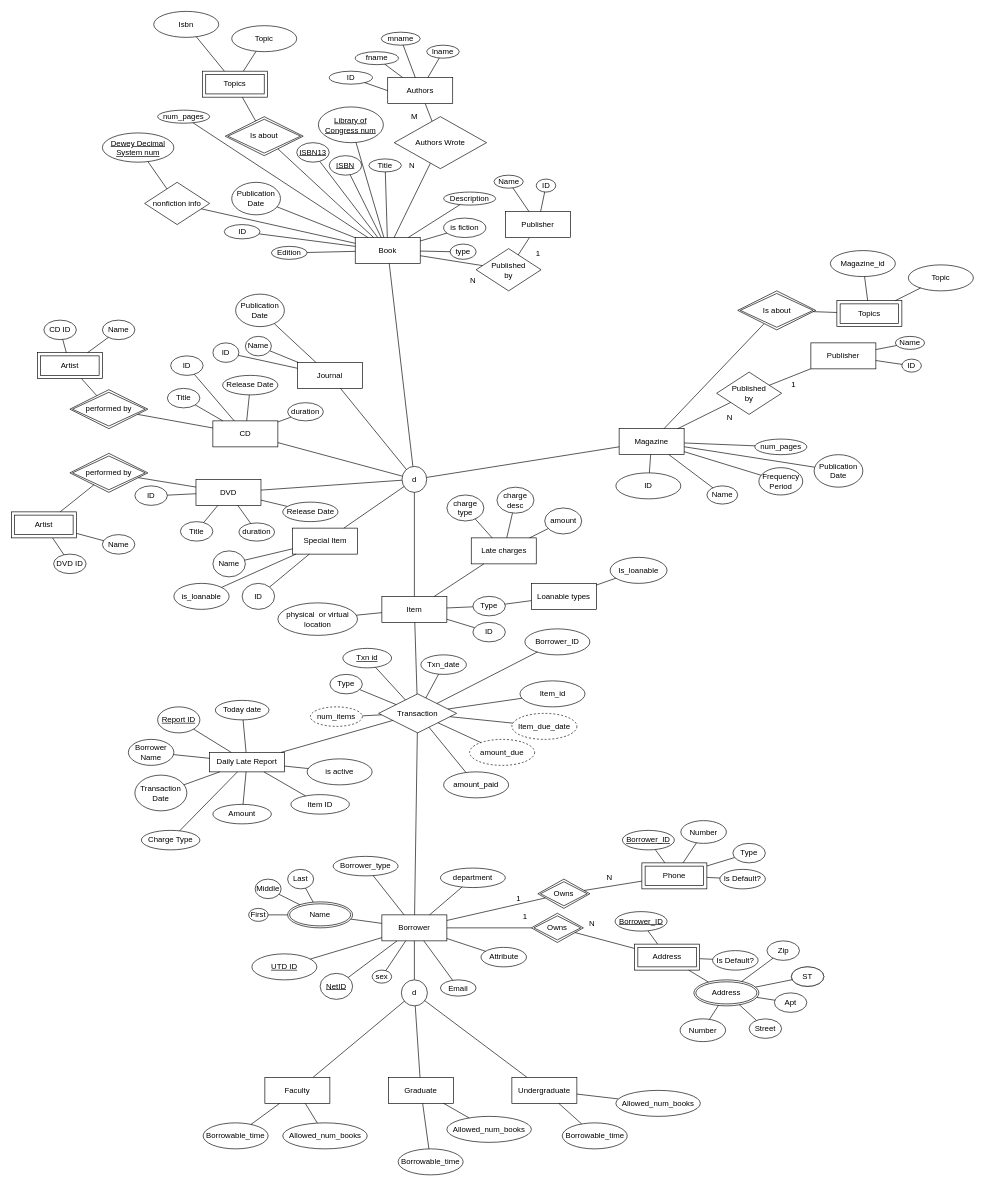
The draw.io diagram library_er.drawio in camelCaseGuy/databaseDesignDrawing, before the edit. Source tidied: cells renumbered, new cells numbered last; positions are measured from the earlier drawing's top-left corner, leaving out a move shared by most shapes. Both pictures are drawn from the tidied source at 65%, with x=0, y=0 at pixel (11, 11).
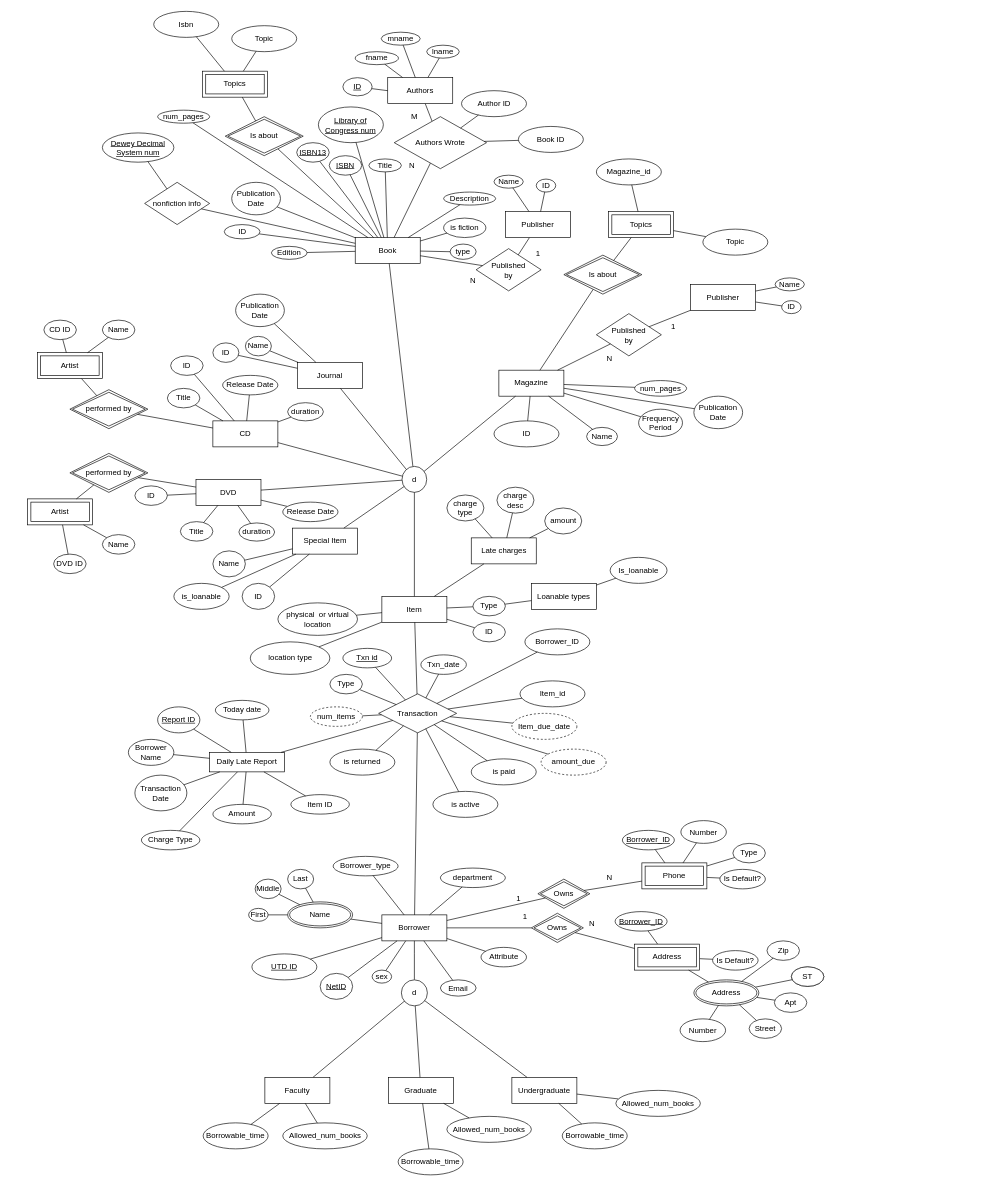
The same diagram, later.

Unchanged cells that the change refers to:
```xml
<mxCell id="20" value="Authors Wrote" style="rhombus;whiteSpace=wrap;html=1;" parent="1" vertex="1">
  <mxGeometry x="589" y="162" width="142" height="80" as="geometry" />
</mxCell>
<mxCell id="47" value="Transaction" style="shape=rhombus;perimeter=rhombusPerimeter;whiteSpace=wrap;html=1;align=center;" parent="1" vertex="1">
  <mxGeometry x="565" y="1050" width="120" height="60" as="geometry" />
</mxCell>
<mxCell id="70" value="Item" style="whiteSpace=wrap;html=1;align=center;" parent="1" vertex="1">
  <mxGeometry x="570" y="900" width="100" height="40" as="geometry" />
</mxCell>
<mxCell id="229" value="Daily Late Report" style="whiteSpace=wrap;html=1;align=center;" parent="1" vertex="1">
  <mxGeometry x="305" y="1140" width="115" height="30" as="geometry" />
</mxCell>
```

Change to the diagram source:
```diff
@@
-    <mxCell id="26" value="ID" style="ellipse;whiteSpace=wrap;html=1;align=center;" parent="1" vertex="1">
-      <mxGeometry x="489" y="92" width="66.5" height="20" as="geometry" />
-    </mxCell>
@@
     <mxCell id="103" value="Magazine" style="whiteSpace=wrap;html=1;align=center;" parent="1" vertex="1">
-      <mxGeometry x="935" y="642" width="100" height="40" as="geometry" />
+      <mxGeometry x="750" y="552" width="100" height="40" as="geometry" />
     </mxCell>
     <mxCell id="104" value="num_pages" style="ellipse;whiteSpace=wrap;html=1;align=center;" parent="1" vertex="1">
-      <mxGeometry x="1143.8" y="658" width="80" height="24" as="geometry" />
+      <mxGeometry x="958.8" y="568" width="80" height="24" as="geometry" />
     </mxCell>
     <mxCell id="105" value="Frequency&lt;br&gt;Period" style="ellipse;whiteSpace=wrap;html=1;align=center;" parent="1" vertex="1">
-      <mxGeometry x="1150" y="702" width="67.5" height="42" as="geometry" />
+      <mxGeometry x="965" y="612" width="67.5" height="42" as="geometry" />
     </mxCell>
@@
     <mxCell id="107" value="Name" style="ellipse;whiteSpace=wrap;html=1;align=center;" parent="1" vertex="1">
-      <mxGeometry x="1070" y="730" width="47.5" height="28" as="geometry" />
+      <mxGeometry x="885" y="640" width="47.5" height="28" as="geometry" />
     </mxCell>
     <mxCell id="108" value="Publication&lt;br&gt;Date" style="ellipse;whiteSpace=wrap;html=1;align=center;" parent="1" vertex="1">
-      <mxGeometry x="1235" y="682" width="75" height="50" as="geometry" />
+      <mxGeometry x="1050" y="592" width="75" height="50" as="geometry" />
     </mxCell>
@@
     <mxCell id="116" value="Published&lt;br&gt;by" style="rhombus;whiteSpace=wrap;html=1;" parent="1" vertex="1">
-      <mxGeometry x="1085" y="555" width="100" height="65" as="geometry" />
+      <mxGeometry x="900" y="465" width="100" height="65" as="geometry" />
     </mxCell>
@@
     <mxCell id="125" value="Publisher" style="whiteSpace=wrap;html=1;align=center;" parent="1" vertex="1">
-      <mxGeometry x="1230" y="510" width="100" height="40" as="geometry" />
+      <mxGeometry x="1045" y="420" width="100" height="40" as="geometry" />
     </mxCell>
@@
     <mxCell id="129" value="Is about" style="shape=rhombus;double=1;perimeter=rhombusPerimeter;whiteSpace=wrap;html=1;align=center;" parent="1" vertex="1">
-      <mxGeometry x="1117.5" y="430" width="120" height="60" as="geometry" />
+      <mxGeometry x="850" y="375" width="120" height="60" as="geometry" />
     </mxCell>
     <mxCell id="130" value="Topics" style="shape=ext;margin=3;double=1;whiteSpace=wrap;html=1;align=center;" parent="1" vertex="1">
-      <mxGeometry x="1270" y="445" width="100" height="40" as="geometry" />
+      <mxGeometry x="918.8" y="308" width="100" height="40" as="geometry" />
     </mxCell>
@@
     <mxCell id="132" value="ID" style="ellipse;whiteSpace=wrap;html=1;align=center;" parent="1" vertex="1">
-      <mxGeometry x="930" y="710" width="100" height="40" as="geometry" />
+      <mxGeometry x="742.5" y="630" width="100" height="40" as="geometry" />
     </mxCell>
     <mxCell id="133" value="Magazine_id" style="ellipse;whiteSpace=wrap;html=1;align=center;" parent="1" vertex="1">
-      <mxGeometry x="1260" y="368" width="100" height="40" as="geometry" />
+      <mxGeometry x="900" y="227" width="100" height="40" as="geometry" />
     </mxCell>
@@
     <mxCell id="135" value="Topic" style="ellipse;whiteSpace=wrap;html=1;align=center;" parent="1" vertex="1">
-      <mxGeometry x="1380" y="390" width="100" height="40" as="geometry" />
+      <mxGeometry x="1063.8" y="335" width="100" height="40" as="geometry" />
     </mxCell>
@@
     <mxCell id="164" value="Artist" style="shape=ext;margin=3;double=1;whiteSpace=wrap;html=1;align=center;" parent="1" vertex="1">
-      <mxGeometry y="770" width="100" height="40" as="geometry" />
+      <mxGeometry x="25" y="750" width="100" height="40" as="geometry" />
     </mxCell>
@@
     <mxCell id="220" value="amount_due" style="ellipse;whiteSpace=wrap;html=1;align=center;dashed=1;" parent="1" vertex="1">
-      <mxGeometry x="705" y="1120" width="100" height="40" as="geometry" />
+      <mxGeometry x="815" y="1135" width="100" height="40" as="geometry" />
     </mxCell>
@@
-    <mxCell id="222" value="amount_paid" style="ellipse;whiteSpace=wrap;html=1;align=center;" parent="1" vertex="1">
-      <mxGeometry x="665" y="1170" width="100" height="40" as="geometry" />
+    <mxCell id="222" value="is paid" style="ellipse;whiteSpace=wrap;html=1;align=center;" parent="1" vertex="1">
+      <mxGeometry x="707.5" y="1150" width="100" height="40" as="geometry" />
     </mxCell>
@@
     <mxCell id="246" value="ID" style="ellipse;whiteSpace=wrap;html=1;align=center;" parent="1" vertex="1">
-      <mxGeometry x="1370" y="535" width="30" height="20" as="geometry" />
+      <mxGeometry x="1185" y="445" width="30" height="20" as="geometry" />
     </mxCell>
     <mxCell id="247" value="Name" style="ellipse;whiteSpace=wrap;html=1;align=center;" parent="1" vertex="1">
-      <mxGeometry x="1360" y="500" width="45" height="20" as="geometry" />
+      <mxGeometry x="1175" y="410" width="45" height="20" as="geometry" />
     </mxCell>
@@
-    <mxCell id="274" value="is active" style="ellipse;whiteSpace=wrap;html=1;align=center;" parent="1" vertex="1">
-      <mxGeometry x="455" y="1150" width="100" height="40" as="geometry" />
+    <mxCell id="274" value="is returned" style="ellipse;whiteSpace=wrap;html=1;align=center;" parent="1" vertex="1">
+      <mxGeometry x="490" y="1135" width="100" height="40" as="geometry" />
     </mxCell>
-    <mxCell id="275" style="endArrow=none;html=1;rounded=0;" parent="1" edge="1" source="229" target="274">
-      <mxGeometry relative="1" as="geometry" />
-    </mxCell>
@@
     <mxCell id="277" value="1" style="text;html=1;align=center;verticalAlign=middle;strokeColor=none;fillColor=none;" parent="1" vertex="1">
-      <mxGeometry x="1187.5" y="560" width="30" height="30" as="geometry" />
+      <mxGeometry x="1002.5" y="470" width="30" height="30" as="geometry" />
     </mxCell>
     <mxCell id="278" value="N" style="text;html=1;align=center;verticalAlign=middle;strokeColor=none;fillColor=none;" parent="1" vertex="1">
-      <mxGeometry x="1090" y="610" width="30" height="30" as="geometry" />
+      <mxGeometry x="905" y="520" width="30" height="30" as="geometry" />
     </mxCell>
@@
+    <mxCell id="284" value="Author ID" style="ellipse;whiteSpace=wrap;html=1;align=center;" parent="1" vertex="1">
+      <mxGeometry x="692.5" y="122" width="100" height="40" as="geometry" />
+    </mxCell>
+    <mxCell id="285" value="Book ID" style="ellipse;whiteSpace=wrap;html=1;align=center;" parent="1" vertex="1">
+      <mxGeometry x="780" y="177" width="100" height="40" as="geometry" />
+    </mxCell>
+    <mxCell id="286" style="endArrow=none;html=1;rounded=0;" parent="1" edge="1" source="20" target="284">
+      <mxGeometry relative="1" as="geometry" />
+    </mxCell>
+    <mxCell id="287" style="endArrow=none;html=1;rounded=0;" parent="1" edge="1" source="20" target="285">
+      <mxGeometry relative="1" as="geometry" />
+    </mxCell>
+    <mxCell id="288" style="endArrow=none;html=1;rounded=0;" parent="1" edge="1" source="274" target="47">
+      <mxGeometry relative="1" as="geometry" />
+    </mxCell>
+    <mxCell id="289" value="is active" style="ellipse;whiteSpace=wrap;html=1;align=center;" parent="1" vertex="1">
+      <mxGeometry x="648.5" y="1200" width="100" height="40" as="geometry" />
+    </mxCell>
+    <mxCell id="290" style="endArrow=none;html=1;rounded=0;" parent="1" edge="1" source="289" target="47">
+      <mxGeometry relative="1" as="geometry" />
+    </mxCell>
+    <mxCell id="291" value="location type" style="ellipse;whiteSpace=wrap;html=1;align=center;" parent="1" vertex="1">
+      <mxGeometry x="367.5" y="970" width="122.5" height="50" as="geometry" />
+    </mxCell>
+    <mxCell id="292" style="endArrow=none;html=1;rounded=0;" parent="1" edge="1" source="291" target="70">
+      <mxGeometry relative="1" as="geometry" />
+    </mxCell>
+    <mxCell id="26" value="ID" style="ellipse;whiteSpace=wrap;html=1;align=center;fontStyle=4;" parent="1" vertex="1">
+      <mxGeometry x="510" y="102" width="45" height="28" as="geometry" />
+    </mxCell>
```
